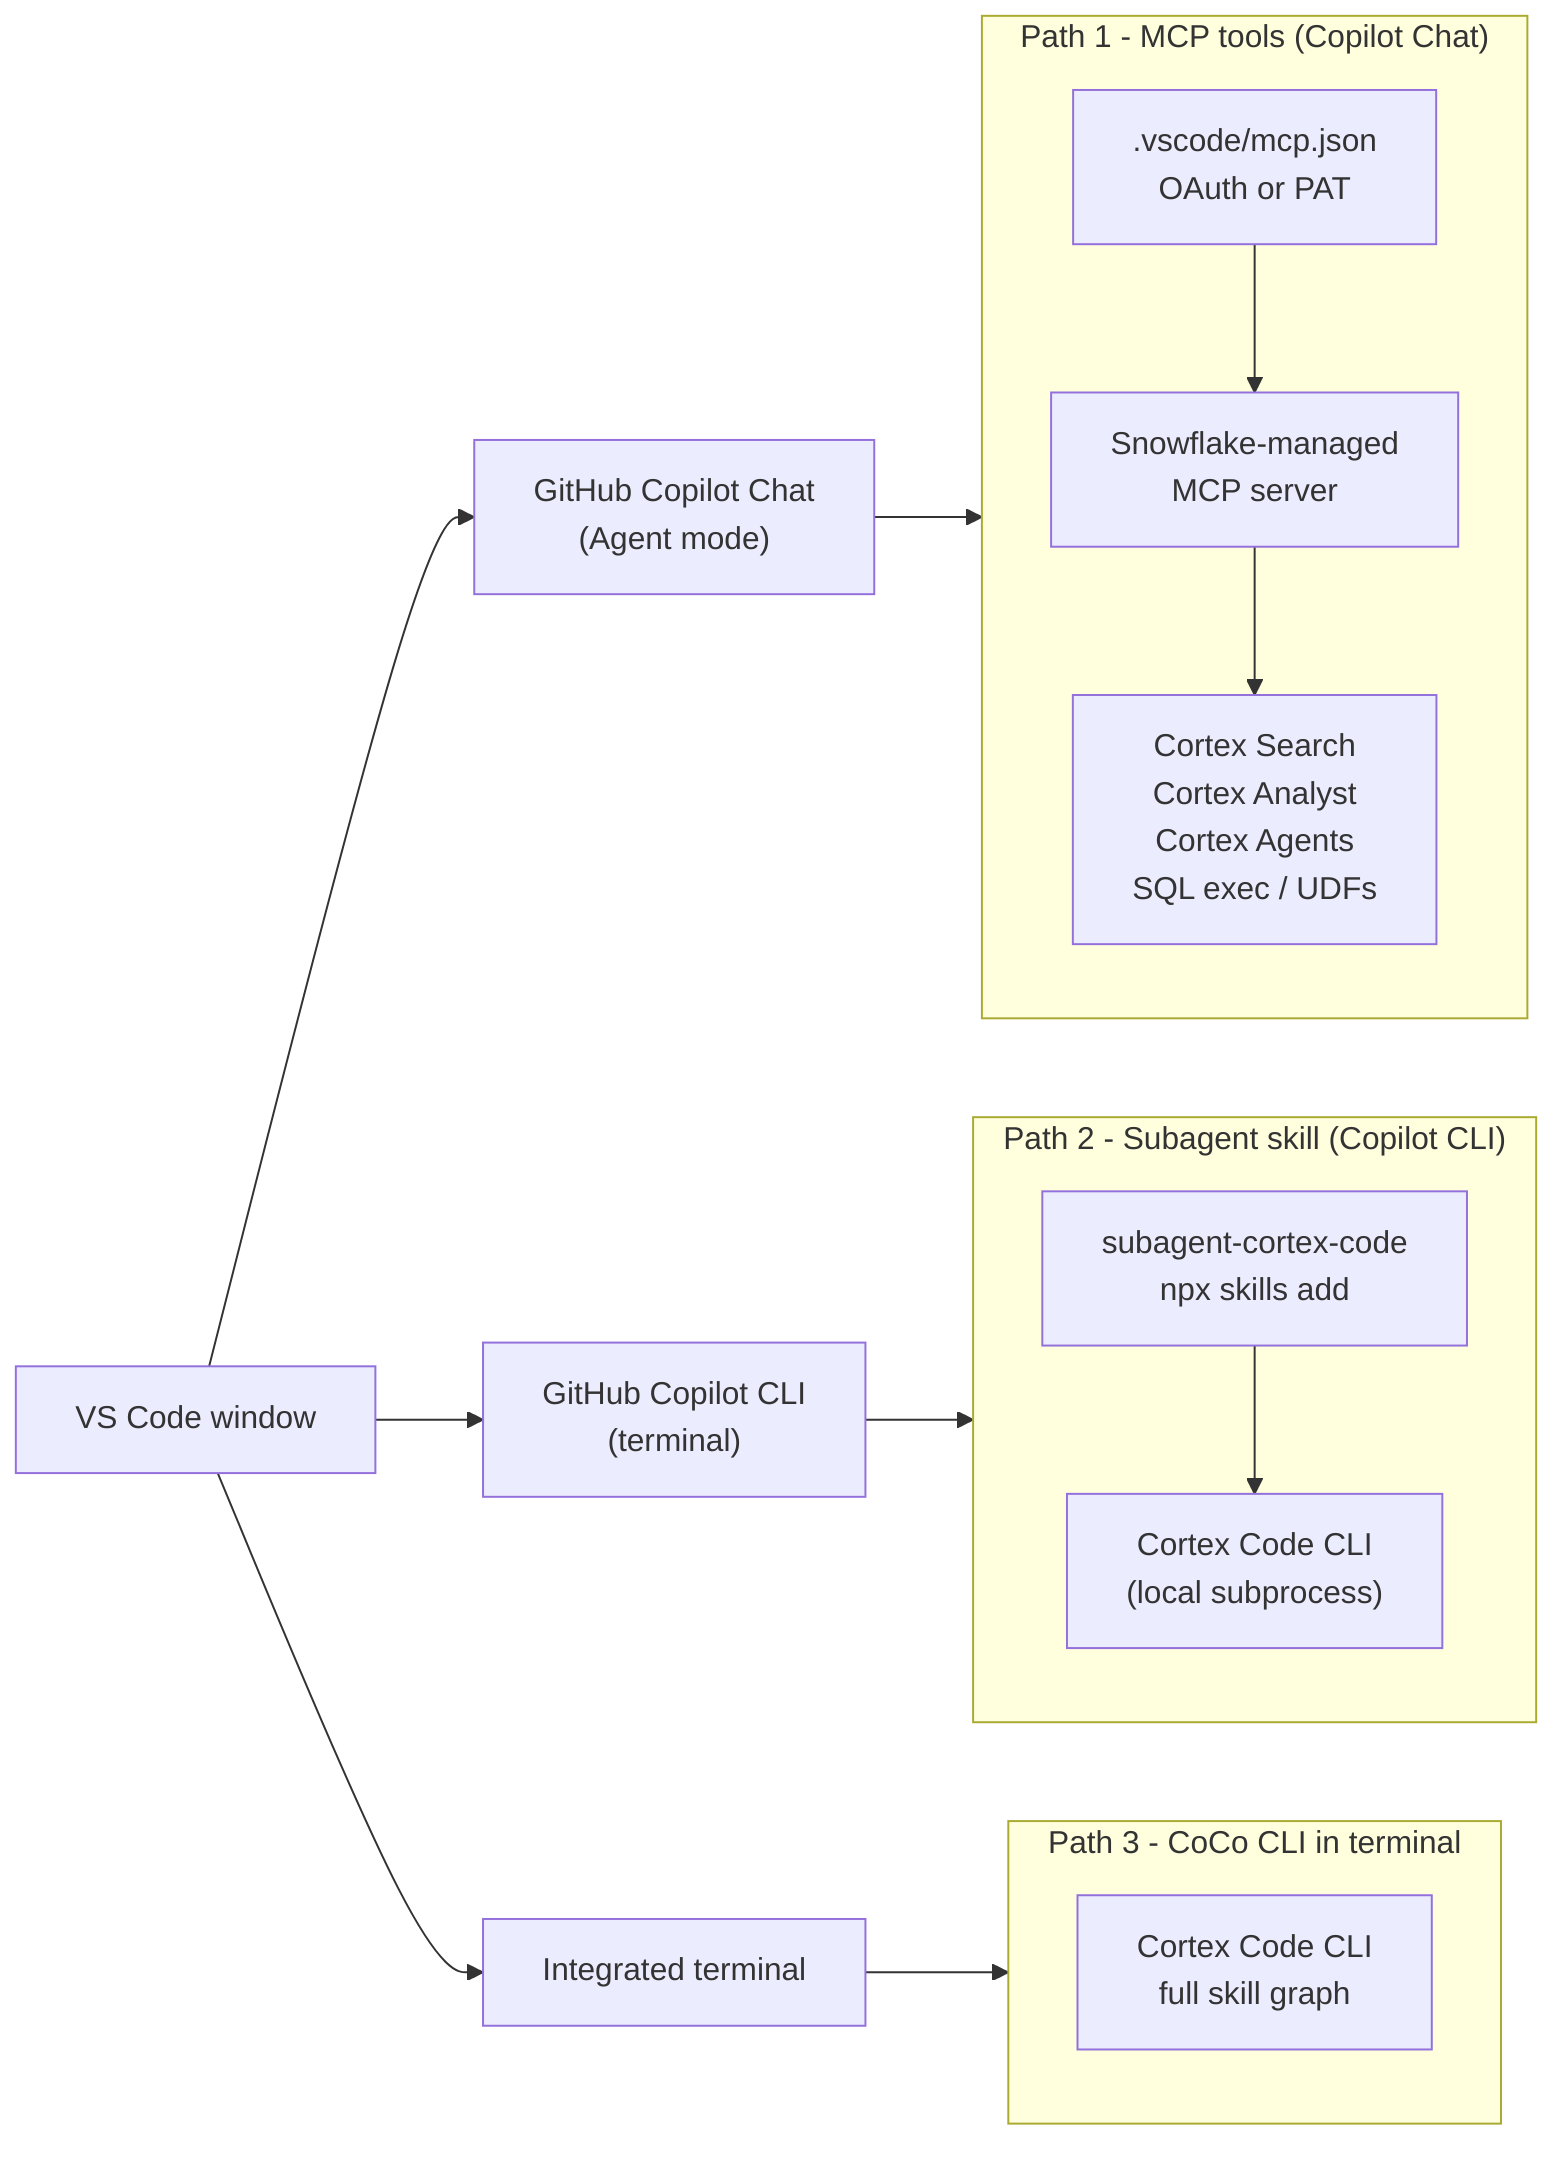
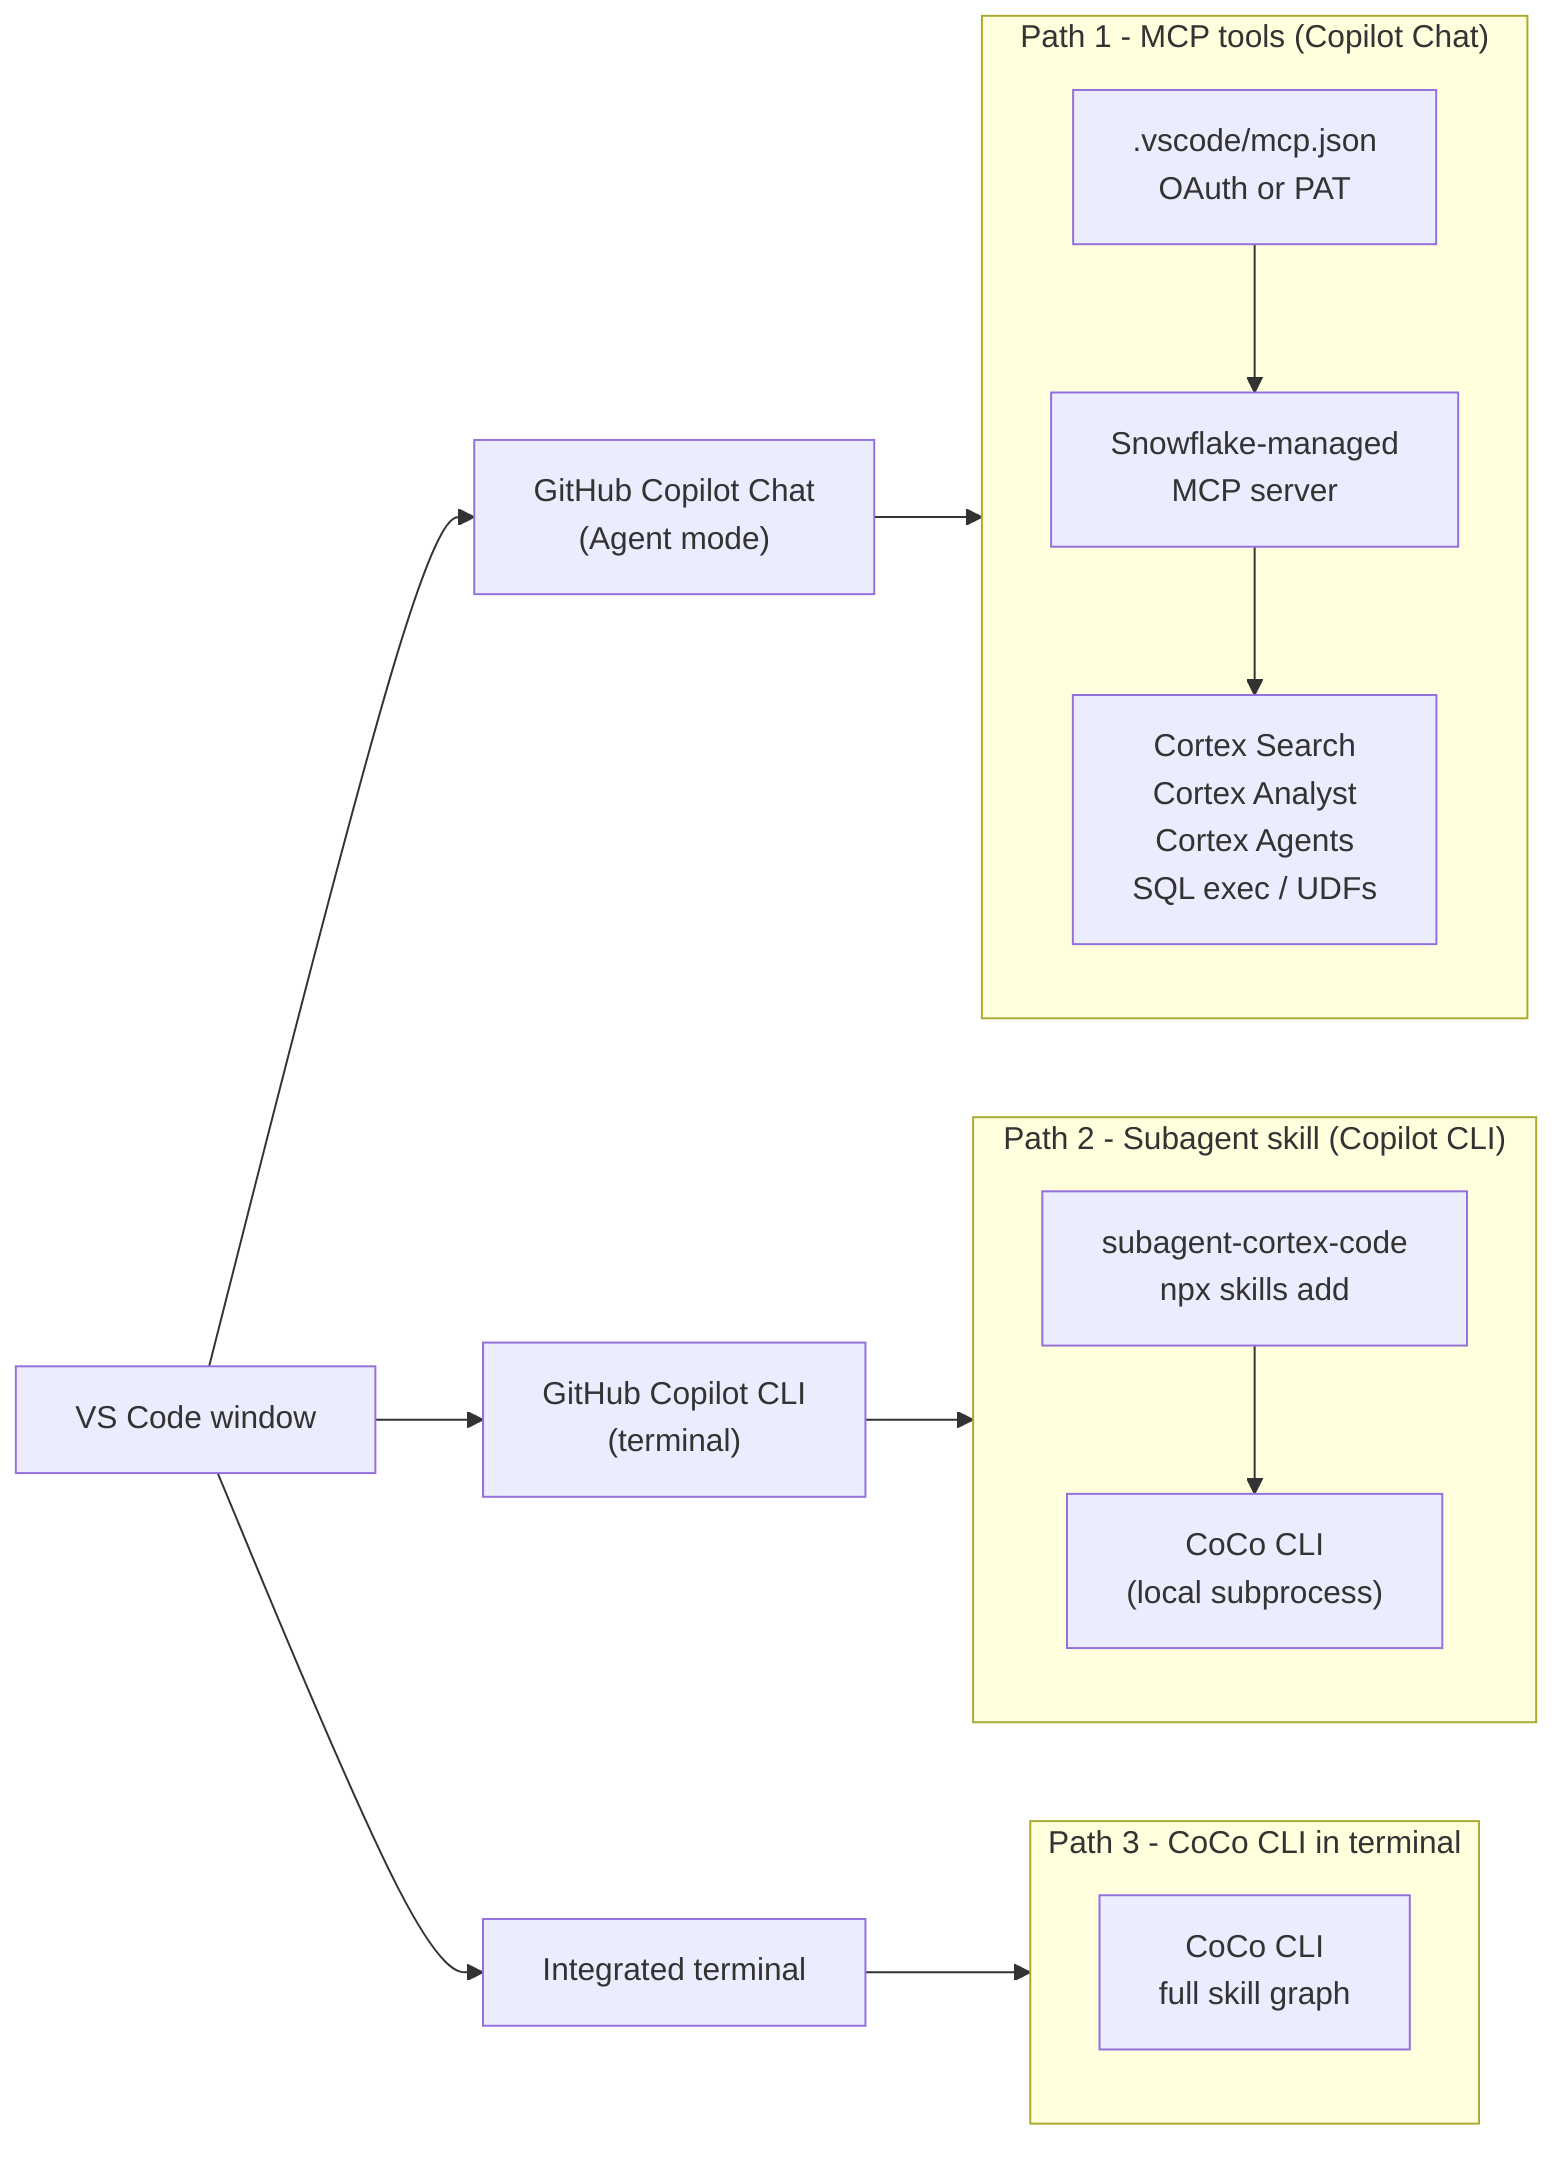
flowchart LR
    User["VS Code window"]
    Chat["GitHub Copilot Chat<br/>(Agent mode)"]
    CLI["GitHub Copilot CLI<br/>(terminal)"]
    Term["Integrated terminal"]
    User --> Chat
    User --> CLI
    User --> Term

    subgraph P1 ["Path 1 - MCP tools (Copilot Chat)"]
        MCP[".vscode/mcp.json<br/>OAuth or PAT"]
        MCPSrv["Snowflake-managed<br/>MCP server"]
        Tools["Cortex Search<br/>Cortex Analyst<br/>Cortex Agents<br/>SQL exec / UDFs"]
        MCP --> MCPSrv --> Tools
    end

    subgraph P2 ["Path 2 - Subagent skill (Copilot CLI)"]
        Skill["subagent-cortex-code<br/>npx skills add"]
-         CoCo["Cortex Code CLI<br/>(local subprocess)"]
+         CoCo["CoCo CLI<br/>(local subprocess)"]
        Skill --> CoCo
    end

    subgraph P3 ["Path 3 - CoCo CLI in terminal"]
-         Term2["Cortex Code CLI<br/>full skill graph"]
+         Term2["CoCo CLI<br/>full skill graph"]
    end

    Chat --> P1
    CLI --> P2
    Term --> P3
